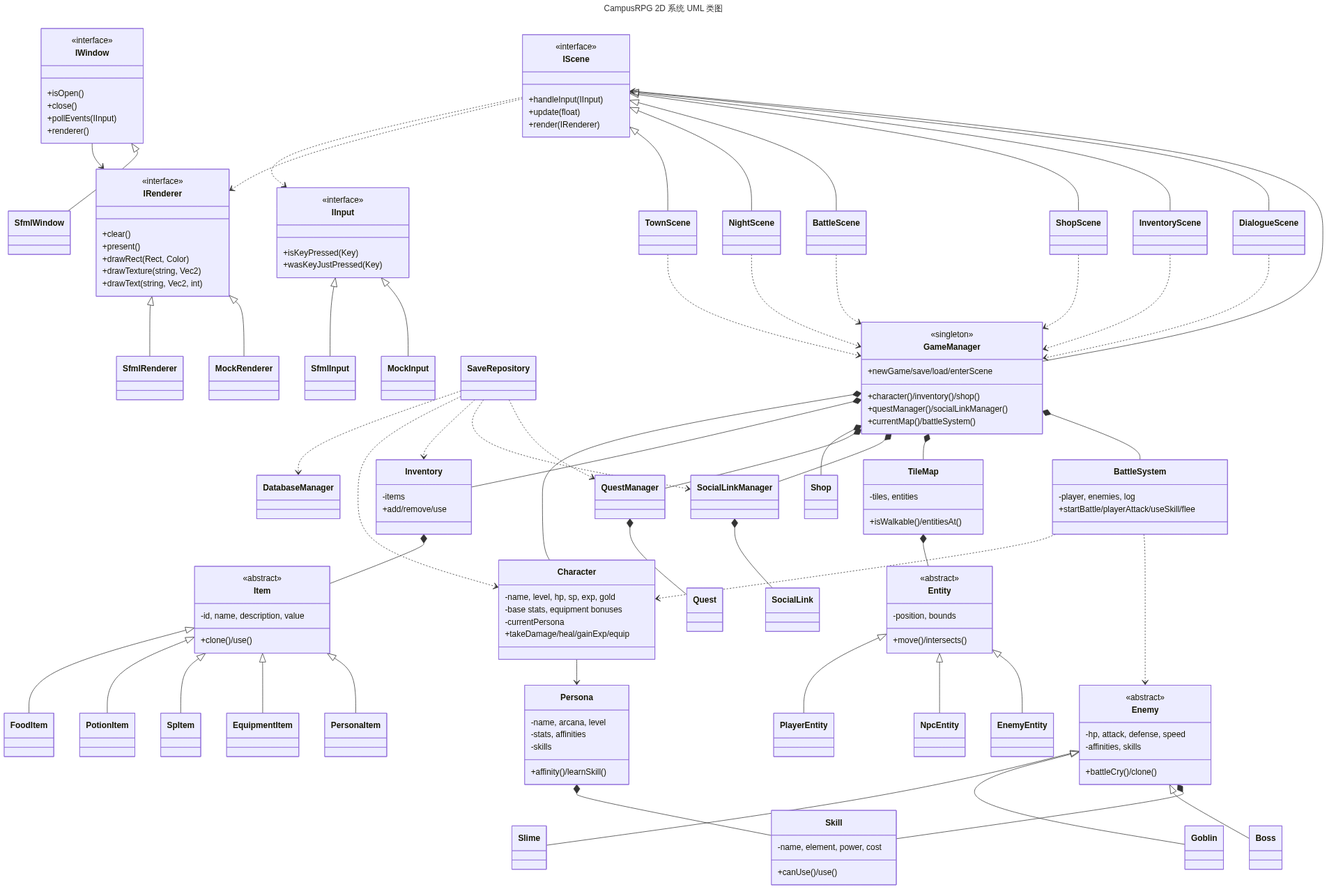
Above: handouts/checkpoint2/UML类图.png in nick-cjyx9/26-spring-cpp-group (Mermaid), before the change. Its source is kept beside it as handouts/checkpoint2/UML类图.mmd.
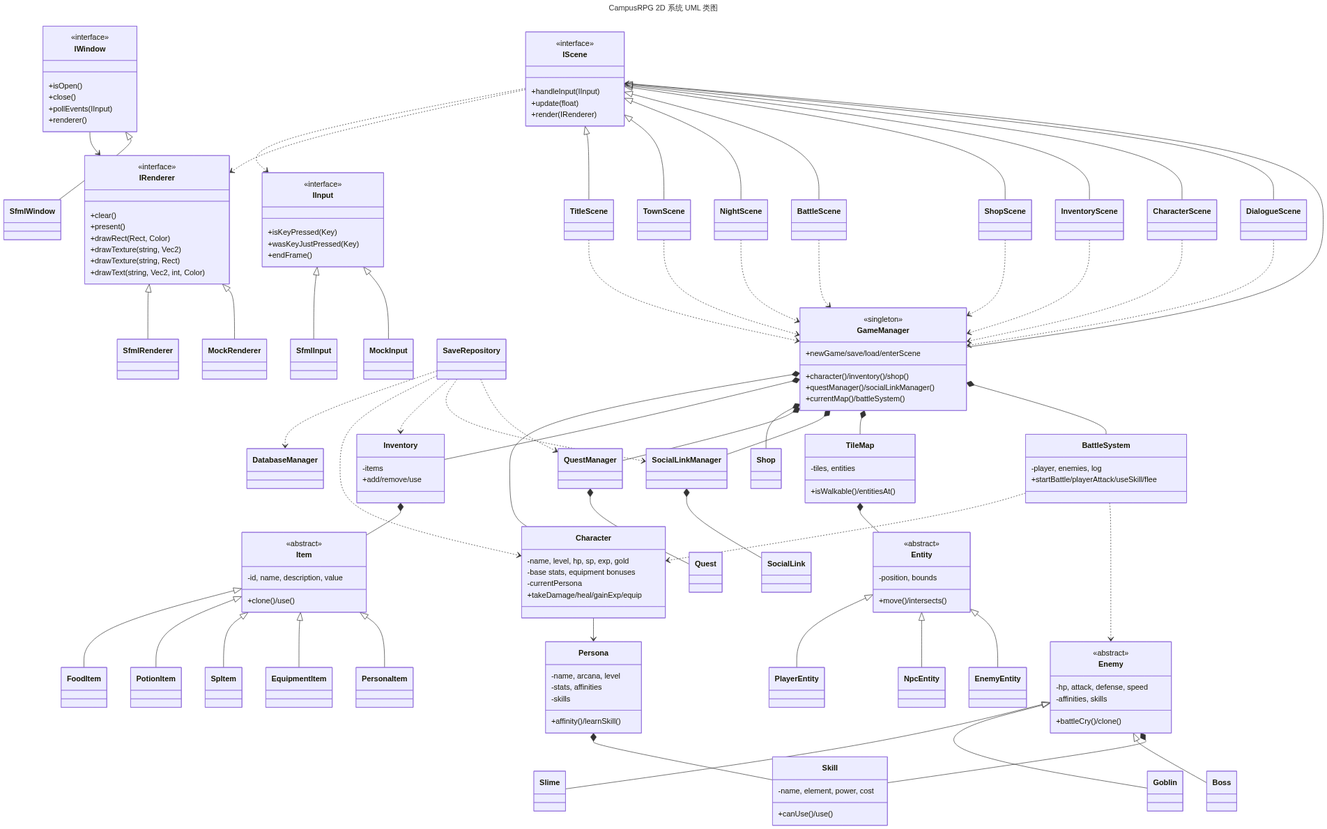
After the commit.

The edit, as a diff of the source:
```diff
@@ -10,7 +10,8 @@
         +present()
         +drawRect(Rect, Color)
         +drawTexture(string, Vec2)
-        +drawText(string, Vec2, int)
+        +drawTexture(string, Rect)
+        +drawText(string, Vec2, int, Color)
     }
     class IWindow {
         <<interface>>
@@ -23,6 +24,7 @@
         <<interface>>
         +isKeyPressed(Key)
         +wasKeyJustPressed(Key)
+        +endFrame()
     }
     class IScene {
         <<interface>>
@@ -153,23 +155,29 @@
     GameManager *-- BattleSystem
     GameManager --> IScene
 
+    class TitleScene
     class TownScene
     class NightScene
     class BattleScene
     class ShopScene
     class InventoryScene
+    class CharacterScene
     class DialogueScene
 
+    IScene <|-- TitleScene
     IScene <|-- TownScene
     IScene <|-- NightScene
     IScene <|-- BattleScene
     IScene <|-- ShopScene
     IScene <|-- InventoryScene
+    IScene <|-- CharacterScene
     IScene <|-- DialogueScene
 
+    TitleScene ..> GameManager
     TownScene ..> GameManager
     NightScene ..> GameManager
     BattleScene ..> GameManager
     ShopScene ..> GameManager
     InventoryScene ..> GameManager
+    CharacterScene ..> GameManager
     DialogueScene ..> GameManager
```
